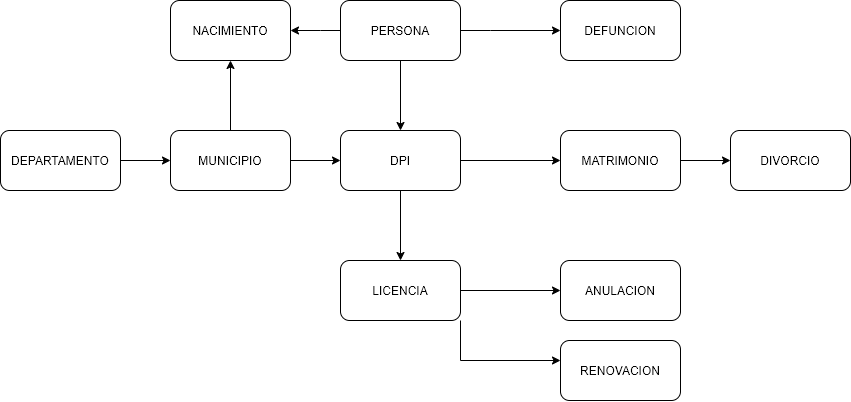
Before: [BD1]ModeloConceptual.png, a diagram exported from draw.io (KenLopez/BD1_PROYECTO_2). Source tidied: cells renumbered, new cells last; positions are measured from the earlier drawing's top-left corner, leaving out a move shared by most shapes.
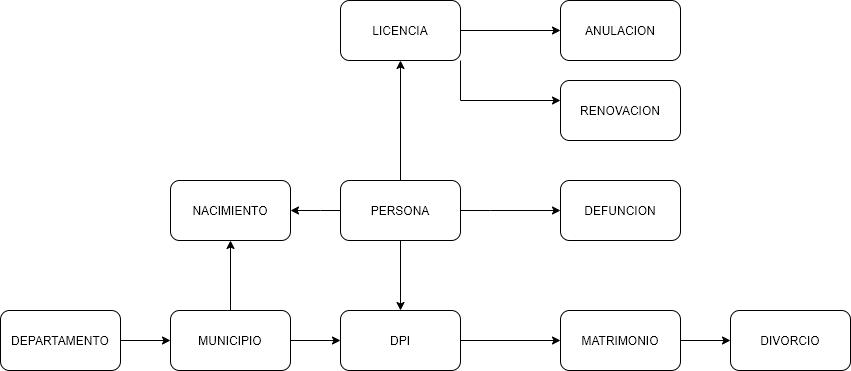
The same diagram one commit later.

Change to the diagram source:
```diff
@@ -21,6 +21,9 @@
         </Array>
       </mxGeometry>
     </mxCell>
+    <mxCell id="24" style="edgeStyle=orthogonalEdgeStyle;rounded=0;jettySize=auto;html=1;" parent="1" edge="1" source="5" target="11">
+      <mxGeometry relative="1" as="geometry" />
+    </mxCell>
     <mxCell id="5" value="PERSONA" style="rounded=1;whiteSpace=wrap;html=1;" parent="1" vertex="1">
       <mxGeometry x="340" width="120" height="60" as="geometry" />
     </mxCell>
@@ -36,7 +39,7 @@
     <mxCell id="9" style="edgeStyle=orthogonalEdgeStyle;rounded=0;jettySize=auto;html=1;" parent="1" edge="1" source="11" target="23">
       <mxGeometry relative="1" as="geometry">
         <Array as="points">
-          <mxPoint x="460" y="360" />
+          <mxPoint x="460" y="-80" />
         </Array>
       </mxGeometry>
     </mxCell>
@@ -44,13 +47,13 @@
       <mxGeometry relative="1" as="geometry" />
     </mxCell>
     <mxCell id="11" value="LICENCIA" style="rounded=1;whiteSpace=wrap;html=1;" parent="1" vertex="1">
-      <mxGeometry x="340" y="260" width="120" height="60" as="geometry" />
+      <mxGeometry x="340" y="-180" width="120" height="60" as="geometry" />
     </mxCell>
     <mxCell id="12" value="DEFUNCION" style="rounded=1;whiteSpace=wrap;html=1;" parent="1" vertex="1">
       <mxGeometry x="560" width="120" height="60" as="geometry" />
     </mxCell>
     <mxCell id="13" value="ANULACION" style="rounded=1;whiteSpace=wrap;html=1;" parent="1" vertex="1">
-      <mxGeometry x="560" y="260" width="120" height="60" as="geometry" />
+      <mxGeometry x="560" y="-180" width="120" height="60" as="geometry" />
     </mxCell>
     <mxCell id="14" style="edgeStyle=orthogonalEdgeStyle;rounded=0;jettySize=auto;html=1;strokeWidth=1;" parent="1" edge="1" source="15" target="18">
       <mxGeometry relative="1" as="geometry" />
@@ -70,9 +73,6 @@
     <mxCell id="19" style="edgeStyle=orthogonalEdgeStyle;rounded=0;jettySize=auto;html=1;" parent="1" edge="1" source="21" target="7">
       <mxGeometry relative="1" as="geometry" />
     </mxCell>
-    <mxCell id="20" style="edgeStyle=orthogonalEdgeStyle;rounded=0;jettySize=auto;html=1;" parent="1" edge="1" source="21" target="11">
-      <mxGeometry relative="1" as="geometry" />
-    </mxCell>
     <mxCell id="21" value="DPI" style="rounded=1;whiteSpace=wrap;html=1;" parent="1" vertex="1">
       <mxGeometry x="340" y="130" width="120" height="60" as="geometry" />
     </mxCell>
@@ -80,7 +80,7 @@
       <mxGeometry x="170" width="120" height="60" as="geometry" />
     </mxCell>
     <mxCell id="23" value="RENOVACION" style="rounded=1;whiteSpace=wrap;html=1;" parent="1" vertex="1">
-      <mxGeometry x="560" y="340" width="120" height="60" as="geometry" />
+      <mxGeometry x="560" y="-100" width="120" height="60" as="geometry" />
     </mxCell>
   </root>
 </mxGraphModel>
```
